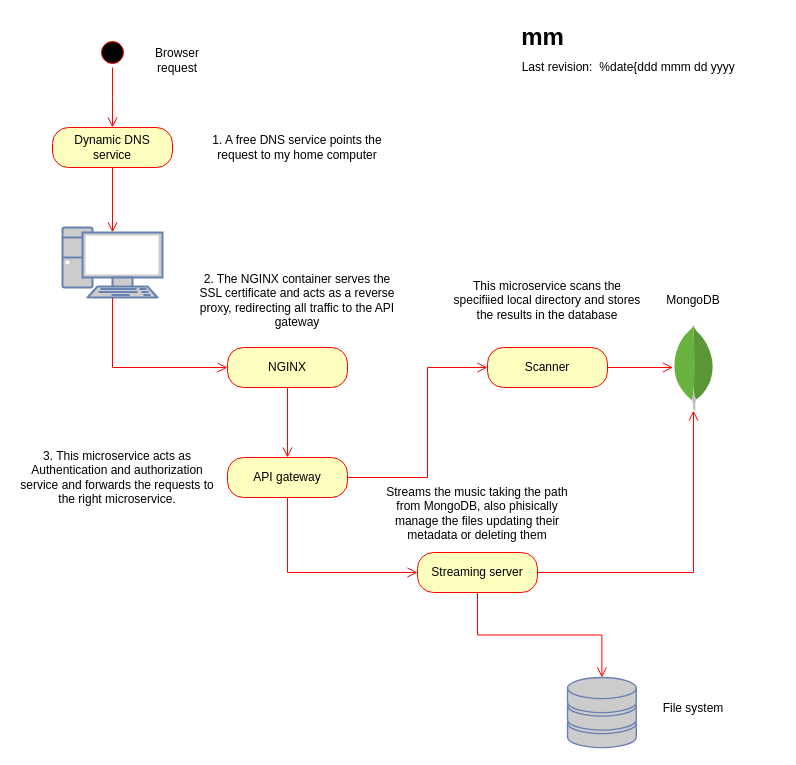
Earlier version of the draw.io diagram mm.drawio (chrisvoo/mm). Source tidied: cells renumbered, new cells numbered last; positions are measured from the earlier drawing's top-left corner, leaving out a move shared by most shapes. Both pictures are drawn from the tidied source at 100%, with x=0, y=0 at pixel (17, 17). Pictures stored in the file or linked from it are replaced by grey dashed boxes.
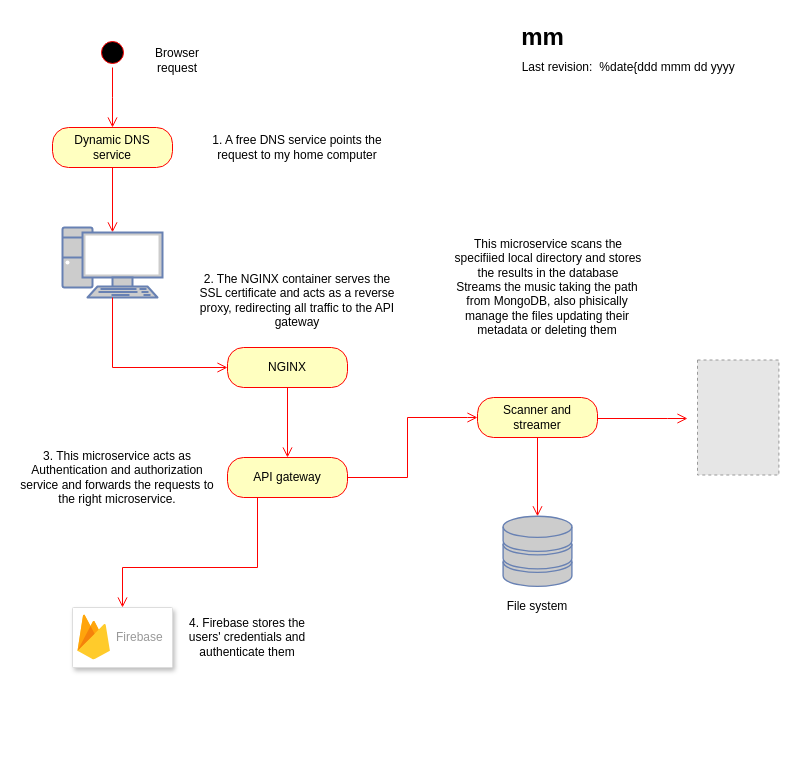
The same diagram, later.

Unchanged cells that the change refers to:
```xml
<mxCell id="16" value="API gateway" style="rounded=1;whiteSpace=wrap;html=1;arcSize=40;fontColor=#000000;fillColor=#ffffc0;strokeColor=#ff0000;" parent="1" vertex="1">
  <mxGeometry x="210" y="440" width="120" height="40" as="geometry" />
</mxCell>
```

The edit, as a diff of the source:
```diff
@@
-    <mxCell id="18" value="Scanner" style="rounded=1;whiteSpace=wrap;html=1;arcSize=40;fontColor=#000000;fillColor=#ffffc0;strokeColor=#ff0000;" parent="1" vertex="1">
-      <mxGeometry x="470" y="330" width="120" height="40" as="geometry" />
+    <mxCell id="18" value="Scanner and streamer" style="rounded=1;whiteSpace=wrap;html=1;arcSize=40;fontColor=#000000;fillColor=#ffffc0;strokeColor=#ff0000;" parent="1" vertex="1">
+      <mxGeometry x="460" y="380" width="120" height="40" as="geometry" />
     </mxCell>
     <mxCell id="19" style="edgeStyle=orthogonalEdgeStyle;html=1;verticalAlign=bottom;endArrow=open;endSize=8;strokeColor=#ff0000;rounded=0;entryX=0;entryY=0.5;entryDx=0;entryDy=0;exitX=1;exitY=0.5;exitDx=0;exitDy=0;" parent="1" edge="1" source="16" target="18">
       <mxGeometry relative="1" as="geometry">
         <Array as="points">
-          <mxPoint x="410" y="460" />
-          <mxPoint x="410" y="350" />
+          <mxPoint x="390" y="460" />
+          <mxPoint x="390" y="400" />
+          <mxPoint x="450" y="400" />
         </Array>
       </mxGeometry>
     </mxCell>
     <mxCell id="20" value="This microservice scans the specifiied local directory and stores the results in the database" style="text;html=1;strokeColor=none;fillColor=none;align=center;verticalAlign=middle;whiteSpace=wrap;overflow=hidden;" parent="1" vertex="1">
-      <mxGeometry x="430" y="243.8" width="200" height="77.5" as="geometry" />
+      <mxGeometry x="431.2" y="202.5" width="200" height="77.5" as="geometry" />
     </mxCell>
-    <mxCell id="21" style="dashed=0;outlineConnect=0;html=1;align=center;labelPosition=center;verticalLabelPosition=bottom;verticalAlign=top;shape=mxgraph.weblogos.mongodb;" parent="1" vertex="1">
-      <mxGeometry x="655.6" y="306.9" width="41.2" height="86.2" as="geometry" />
-    </mxCell>
-    <mxCell id="22" style="edgeStyle=orthogonalEdgeStyle;html=1;verticalAlign=bottom;endArrow=open;endSize=8;strokeColor=#ff0000;rounded=0;exitX=1;exitY=0.5;exitDx=0;exitDy=0;" parent="1" edge="1" source="18" target="21">
-      <mxGeometry relative="1" as="geometry" />
+    <mxCell id="22" style="edgeStyle=orthogonalEdgeStyle;html=1;verticalAlign=bottom;endArrow=open;endSize=8;strokeColor=#ff0000;rounded=0;exitX=1;exitY=0.5;exitDx=0;exitDy=0;" parent="1" edge="1" source="18">
+      <mxGeometry relative="1" as="geometry">
+        <mxPoint x="670" y="401" as="targetPoint" />
+        <Array as="points">
+          <mxPoint x="580" y="401" />
+          <mxPoint x="650" y="401" />
+        </Array>
+      </mxGeometry>
     </mxCell>
-    <mxCell id="23" value="MongoDB" style="text;html=1;strokeColor=none;fillColor=none;align=center;verticalAlign=middle;whiteSpace=wrap;overflow=hidden;" parent="1" vertex="1">
-      <mxGeometry x="631.2" y="261.9" width="90" height="41.2" as="geometry" />
-    </mxCell>
-    <mxCell id="24" value="Streaming server" style="rounded=1;whiteSpace=wrap;html=1;arcSize=40;fontColor=#000000;fillColor=#ffffc0;strokeColor=#ff0000;" parent="1" vertex="1">
-      <mxGeometry x="400" y="535" width="120" height="40" as="geometry" />
-    </mxCell>
-    <mxCell id="25" style="edgeStyle=orthogonalEdgeStyle;html=1;verticalAlign=bottom;endArrow=open;endSize=8;strokeColor=#ff0000;rounded=0;entryX=0;entryY=0.5;entryDx=0;entryDy=0;exitX=0.5;exitY=1;exitDx=0;exitDy=0;" parent="1" edge="1" source="16" target="24">
-      <mxGeometry relative="1" as="geometry" />
-    </mxCell>
-    <mxCell id="26" style="edgeStyle=orthogonalEdgeStyle;html=1;verticalAlign=bottom;endArrow=open;endSize=8;strokeColor=#ff0000;rounded=0;exitX=1;exitY=0.5;exitDx=0;exitDy=0;" parent="1" edge="1" source="24" target="21">
-      <mxGeometry relative="1" as="geometry">
-        <Array as="points">
-          <mxPoint x="676" y="555" />
-        </Array>
-      </mxGeometry>
-    </mxCell>
     <mxCell id="27" style="fontColor=#0066CC;verticalAlign=top;verticalLabelPosition=bottom;labelPosition=center;align=center;html=1;outlineConnect=0;fillColor=#CCCCCC;strokeColor=#6881B3;gradientColor=none;gradientDirection=north;strokeWidth=2;shape=mxgraph.networks.storage;" parent="1" vertex="1">
-      <mxGeometry x="550" y="660" width="68.8" height="70" as="geometry" />
+      <mxGeometry x="485.6" y="498.8" width="68.8" height="70" as="geometry" />
     </mxCell>
-    <mxCell id="28" style="edgeStyle=orthogonalEdgeStyle;html=1;verticalAlign=bottom;endArrow=open;endSize=8;strokeColor=#ff0000;rounded=0;entryX=0.5;entryY=0;entryDx=0;entryDy=0;exitX=0.5;exitY=1;exitDx=0;exitDy=0;entryPerimeter=0;" parent="1" edge="1" source="24" target="27">
+    <mxCell id="28" style="edgeStyle=orthogonalEdgeStyle;html=1;verticalAlign=bottom;endArrow=open;endSize=8;strokeColor=#ff0000;rounded=0;entryX=0.5;entryY=0;entryDx=0;entryDy=0;exitX=0.5;exitY=1;exitDx=0;exitDy=0;entryPerimeter=0;" parent="1" edge="1" source="18" target="27">
       <mxGeometry relative="1" as="geometry" />
     </mxCell>
     <mxCell id="29" value="File system" style="text;html=1;strokeColor=none;fillColor=none;align=center;verticalAlign=middle;whiteSpace=wrap;overflow=hidden;" parent="1" vertex="1">
-      <mxGeometry x="631.2" y="670" width="90" height="41.2" as="geometry" />
+      <mxGeometry x="475" y="568.8" width="90" height="41.2" as="geometry" />
     </mxCell>
     <mxCell id="30" value="Streams the music taking the path from MongoDB, also phisically manage the files updating their metadata or deleting them" style="text;html=1;strokeColor=none;fillColor=none;align=center;verticalAlign=middle;whiteSpace=wrap;overflow=hidden;" parent="1" vertex="1">
-      <mxGeometry x="360" y="457.5" width="200" height="77.5" as="geometry" />
+      <mxGeometry x="430" y="252.5" width="200" height="77.5" as="geometry" />
     </mxCell>
+    <mxCell id="31" style="fillColor=#E6E6E6;strokeColor=#999999;dashed=1;verticalLabelPosition=bottom;verticalAlign=top;" parent="1" vertex="1">
+      <mxGeometry x="680" y="342.5" width="81.4" height="115" as="geometry" />
+    </mxCell>
+    <mxCell id="32" style="strokeColor=#dddddd;shadow=1;strokeWidth=1;rounded=1;absoluteArcSize=1;arcSize=2;" parent="1" vertex="1">
+      <mxGeometry x="55" y="590" width="100" height="60" as="geometry" />
+    </mxCell>
+    <mxCell id="33" value="Firebase" style="sketch=0;dashed=0;html=1;fillColor=#5184F3;strokeColor=none;shape=mxgraph.gcp2.firebase;labelPosition=right;verticalLabelPosition=middle;align=left;verticalAlign=middle;spacingLeft=5;fontColor=#999999;fontSize=12;" parent="32" vertex="1">
+      <mxGeometry width="32.4" height="45" relative="1" as="geometry">
+        <mxPoint x="5" y="7" as="offset" />
+      </mxGeometry>
+    </mxCell>
+    <mxCell id="34" style="edgeStyle=orthogonalEdgeStyle;html=1;verticalAlign=bottom;endArrow=open;endSize=8;strokeColor=#ff0000;rounded=0;entryX=0.5;entryY=0;entryDx=0;entryDy=0;exitX=0.25;exitY=1;exitDx=0;exitDy=0;" parent="1" edge="1" source="16" target="32">
+      <mxGeometry relative="1" as="geometry">
+        <Array as="points">
+          <mxPoint x="240" y="550" />
+          <mxPoint x="105" y="550" />
+        </Array>
+      </mxGeometry>
+    </mxCell>
+    <mxCell id="35" value="4. Firebase stores the users' credentials and authenticate them" style="text;html=1;strokeColor=none;fillColor=none;align=center;verticalAlign=middle;whiteSpace=wrap;overflow=hidden;" parent="1" vertex="1">
+      <mxGeometry x="160" y="581.2" width="140" height="77.5" as="geometry" />
+    </mxCell>
```
